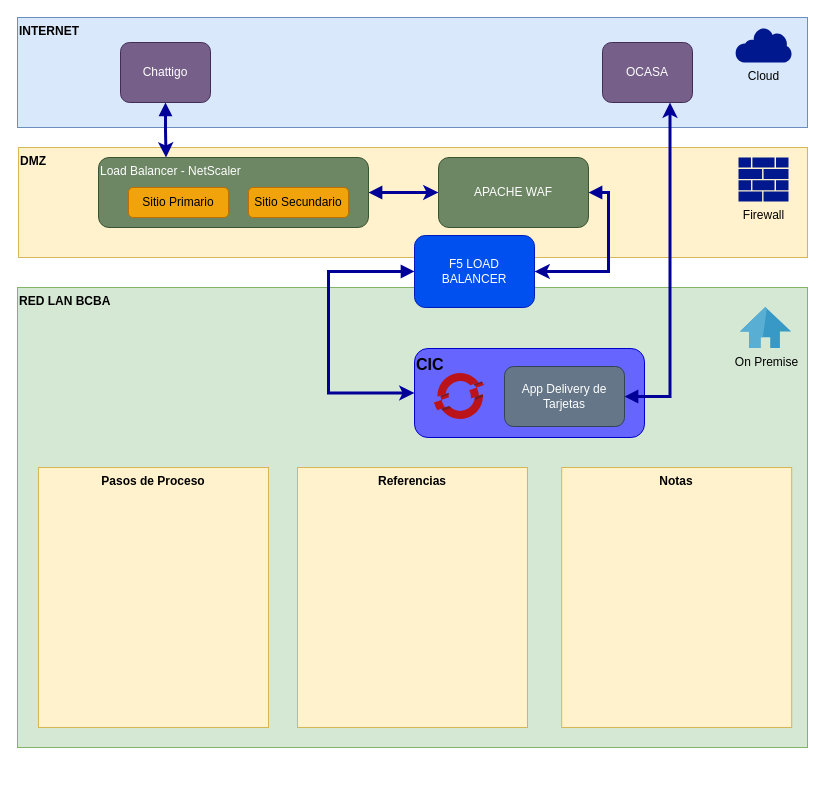
Earlier version of the draw.io diagram Diagrama Arq.drawio (ABAPXPERT/hello-world). Source tidied: cells renumbered, new cells numbered last; positions are measured from the earlier drawing's top-left corner, leaving out a move shared by most shapes. Both pictures are drawn from the tidied source at 100%, with x=0, y=0 at pixel (17, 17).
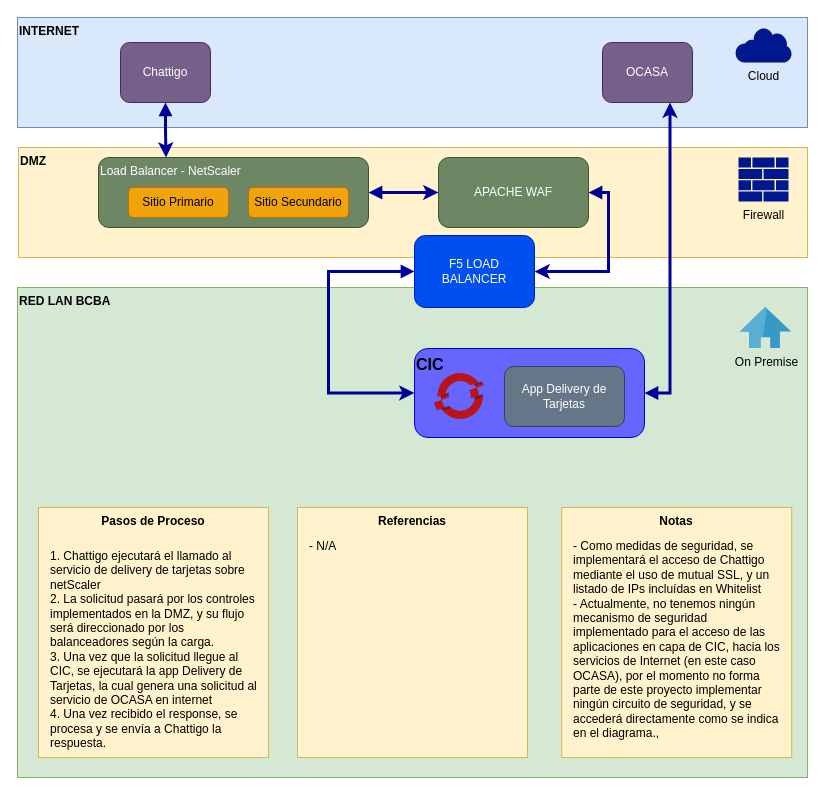
The same diagram, later.

The change refers to these unchanged cells:
```xml
<mxCell id="10" value="OCASA" style="rounded=1;whiteSpace=wrap;html=1;fillColor=#76608a;fontColor=#ffffff;strokeColor=#432D57;" parent="1" vertex="1">
  <mxGeometry x="585" y="25" width="90" height="60" as="geometry" />
</mxCell>
<mxCell id="19" value="CIC" style="rounded=1;whiteSpace=wrap;html=1;align=left;verticalAlign=top;fontSize=16;fontStyle=1;fillColor=#6666FF;strokeColor=#0000CC;fontColor=#000000;" parent="1" vertex="1">
  <mxGeometry x="397" y="331" width="230" height="89" as="geometry" />
</mxCell>
<mxCell id="22" value="App Delivery de Tarjetas" style="rounded=1;whiteSpace=wrap;html=1;fontSize=12;fillColor=#647687;fontColor=#ffffff;strokeColor=#314354;" parent="1" vertex="1">
  <mxGeometry x="487" y="349" width="120" height="60" as="geometry" />
</mxCell>
```

Change to the diagram source:
```diff
@@
     <mxCell id="4" value="RED LAN BCBA" style="rounded=0;whiteSpace=wrap;html=1;fontStyle=1;align=left;verticalAlign=top;fillColor=#d5e8d4;strokeColor=#82b366;" parent="1" vertex="1">
-      <mxGeometry y="270" width="790" height="460" as="geometry" />
+      <mxGeometry y="270" width="790" height="490" as="geometry" />
     </mxCell>
@@
+    <mxCell id="26" style="edgeStyle=orthogonalEdgeStyle;rounded=0;jettySize=auto;html=1;exitX=1;exitY=0.5;exitDx=0;exitDy=0;entryX=0.75;entryY=1;entryDx=0;entryDy=0;fontSize=12;startArrow=block;startFill=1;sourcePerimeterSpacing=3;targetPerimeterSpacing=3;strokeColor=#000099;strokeWidth=3;" parent="1" edge="1" source="19" target="10">
+      <mxGeometry relative="1" as="geometry" />
+    </mxCell>
@@
-    <mxCell id="21" style="edgeStyle=orthogonalEdgeStyle;rounded=0;jettySize=auto;html=1;exitX=1;exitY=0.5;exitDx=0;exitDy=0;entryX=0.75;entryY=1;entryDx=0;entryDy=0;fontSize=12;targetPerimeterSpacing=3;sourcePerimeterSpacing=3;startArrow=block;startFill=1;strokeWidth=3;strokeColor=#000099;" parent="1" edge="1" source="22" target="10">
-      <mxGeometry relative="1" as="geometry" />
-    </mxCell>
@@
     <mxCell id="23" value="Pasos de Proceso" style="rounded=0;whiteSpace=wrap;html=1;labelBackgroundColor=none;fontSize=12;fillColor=#fff2cc;strokeColor=#d6b656;align=center;verticalAlign=top;fontStyle=1;" parent="1" vertex="1">
-      <mxGeometry x="21" y="450" width="230" height="260" as="geometry" />
+      <mxGeometry x="21" y="490" width="230" height="250" as="geometry" />
     </mxCell>
     <mxCell id="24" value="Referencias" style="rounded=0;whiteSpace=wrap;html=1;labelBackgroundColor=none;fontSize=12;fillColor=#fff2cc;strokeColor=#d6b656;align=center;verticalAlign=top;fontStyle=1;" parent="1" vertex="1">
-      <mxGeometry x="280" y="450" width="230" height="260" as="geometry" />
+      <mxGeometry x="280" y="490" width="230" height="250" as="geometry" />
     </mxCell>
     <mxCell id="25" value="Notas" style="rounded=0;whiteSpace=wrap;html=1;labelBackgroundColor=none;fontSize=12;fillColor=#fff2cc;strokeColor=#d6b656;align=center;verticalAlign=top;fontStyle=1;" parent="1" vertex="1">
-      <mxGeometry x="544.2" y="450" width="230" height="260" as="geometry" />
+      <mxGeometry x="544.2" y="490" width="230" height="250" as="geometry" />
     </mxCell>
+    <mxCell id="27" value="&lt;div&gt;1. Chattigo ejecutará el llamado al servicio de delivery de tarjetas sobre netScaler&lt;br&gt;2. La solicitud pasará por los controles implementados en la DMZ, y su flujo será direccionado por los balanceadores según la carga.&lt;br&gt;3. Una vez que la solicitud llegue al CIC, se ejecutará la app Delivery de Tarjetas, la cual genera una solicitud al servicio de OCASA en internet&lt;br&gt;4. Una vez recibido el response, se procesa y se envía a Chattigo la respuesta.&amp;nbsp;&lt;/div&gt;" style="rounded=0;whiteSpace=wrap;html=1;labelBackgroundColor=none;fontSize=12;strokeColor=none;fillColor=none;align=left;verticalAlign=top;" parent="1" vertex="1">
+      <mxGeometry x="31" y="525" width="210" height="225" as="geometry" />
+    </mxCell>
+    <mxCell id="28" value="&lt;div&gt;- N/A&lt;/div&gt;" style="rounded=0;whiteSpace=wrap;html=1;labelBackgroundColor=none;fontSize=12;strokeColor=none;fillColor=none;align=left;verticalAlign=top;" parent="1" vertex="1">
+      <mxGeometry x="290" y="515" width="210" height="225" as="geometry" />
+    </mxCell>
+    <mxCell id="29" value="- Como medidas de seguridad, se implementará el acceso de Chattigo mediante el uso de mutual SSL, y un listado de IPs incluídas en Whitelist&lt;br&gt;- Actualmente, no tenemos ningún mecanismo de seguridad implementado para el acceso de las aplicaciones en capa de CIC, hacia los servicios de Internet (en este caso OCASA), por el momento no forma parte de este proyecto implementar ningún circuito de seguridad, y se accederá directamente como se indica en el diagrama.," style="rounded=0;whiteSpace=wrap;html=1;labelBackgroundColor=none;fontSize=12;strokeColor=none;fillColor=none;align=left;verticalAlign=top;" parent="1" vertex="1">
+      <mxGeometry x="554.2" y="515" width="210" height="225" as="geometry" />
+    </mxCell>
```
